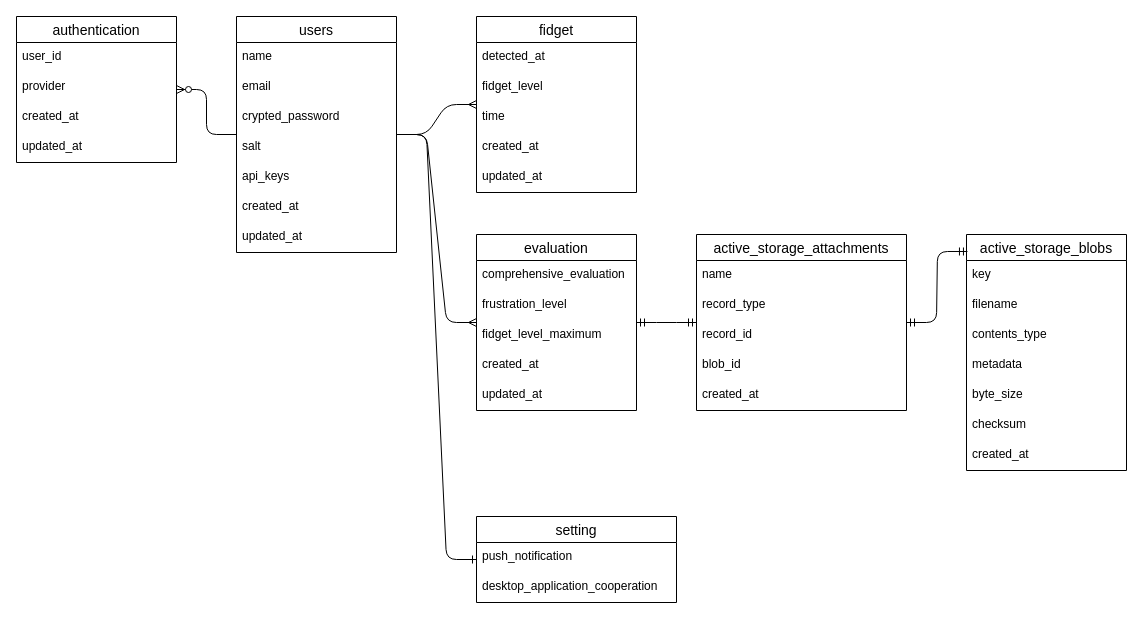
Before: ER Diagram for fidgeting_meter.drawio in FukiHayashi/fidgeting_meter, a draw.io diagram. Source tidied: cells renumbered, new cells numbered last; positions are measured from the earlier drawing's top-left corner, leaving out a move shared by most shapes. Both pictures are drawn from the tidied source at 100%, with x=0, y=0 at pixel (16, 16).
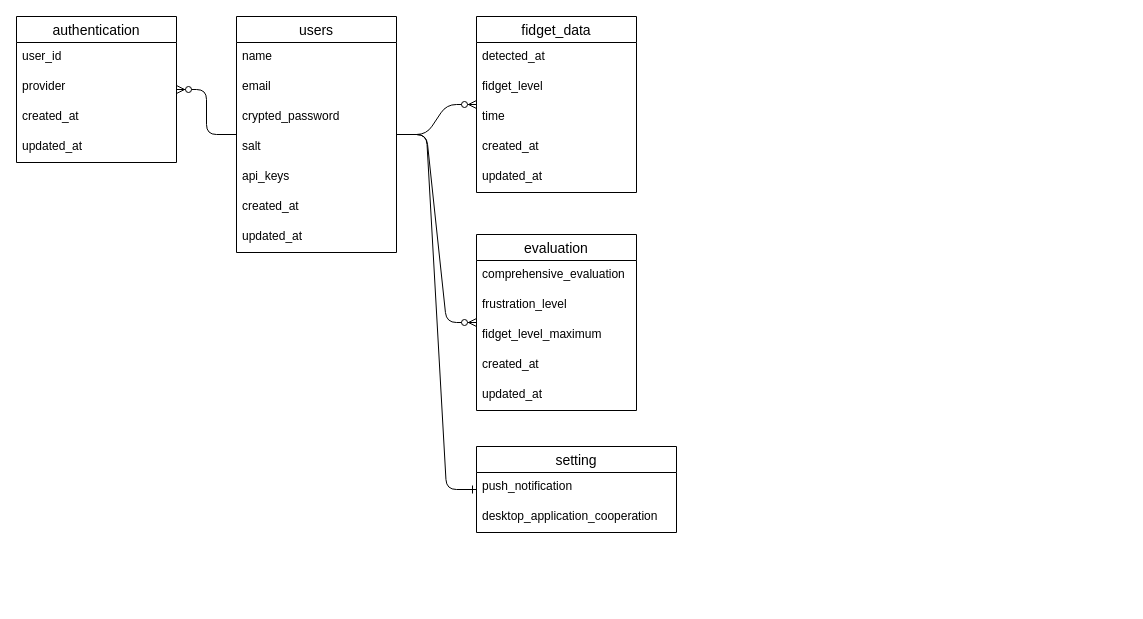
The same page after the edit.

Commit message:
ER Diagram for fidgeting_meter.drawio を更新します

The change refers to these unchanged cells:
```xml
<mxCell id="2" value="users" style="swimlane;fontStyle=0;horizontal=1;startSize=26;align=center;fontSize=14;" parent="1" vertex="1">
  <mxGeometry x="220" width="160" height="236" as="geometry" />
</mxCell>
<mxCell id="16" value="authentication" style="swimlane;fontStyle=0;horizontal=1;startSize=26;align=center;fontSize=14;" parent="1" vertex="1">
  <mxGeometry width="160" height="146" as="geometry" />
</mxCell>
<mxCell id="22" value="evaluation" style="swimlane;fontStyle=0;horizontal=1;startSize=26;align=center;fontSize=14;" parent="1" vertex="1">
  <mxGeometry x="460" y="218" width="160" height="176" as="geometry" />
</mxCell>
```

The edit, as a diff of the source:
```diff
@@
-    <mxCell id="10" value="fidget" style="swimlane;fontStyle=0;horizontal=1;startSize=26;align=center;fontSize=14;" parent="1" vertex="1">
+    <mxCell id="10" value="fidget_data" style="swimlane;fontStyle=0;horizontal=1;startSize=26;align=center;fontSize=14;" parent="1" vertex="1">
       <mxGeometry x="460" width="160" height="176" as="geometry" />
     </mxCell>
@@
-    <mxCell id="21" style="edgeStyle=entityRelationEdgeStyle;fontSize=12;html=1;endArrow=ERmany;" parent="1" edge="1" source="2" target="10">
-      <mxGeometry relative="1" as="geometry" />
-    </mxCell>
@@
     <mxCell id="28" value="setting" style="swimlane;fontStyle=0;horizontal=1;startSize=26;align=center;fontSize=14;" parent="1" vertex="1">
-      <mxGeometry x="460" y="500" width="200" height="86" as="geometry" />
+      <mxGeometry x="460" y="430" width="200" height="86" as="geometry" />
     </mxCell>
@@
+    <mxCell id="33" style="edgeStyle=entityRelationEdgeStyle;fontSize=12;html=1;endArrow=ERzeroToMany;endFill=1;" parent="1" edge="1" source="2" target="16">
+      <mxGeometry relative="1" as="geometry" />
+    </mxCell>
+    <mxCell id="21" style="edgeStyle=entityRelationEdgeStyle;fontSize=12;html=1;endArrow=ERzeroToMany;endFill=1;" parent="1" edge="1" source="2" target="10">
+      <mxGeometry relative="1" as="geometry" />
+    </mxCell>
-    <mxCell id="32" style="edgeStyle=entityRelationEdgeStyle;fontSize=12;html=1;endArrow=ERmany;" parent="1" edge="1" source="2" target="22">
+    <mxCell id="32" style="edgeStyle=entityRelationEdgeStyle;fontSize=12;html=1;endArrow=ERzeroToMany;endFill=1;" parent="1" edge="1" source="2" target="22">
       <mxGeometry relative="1" as="geometry" />
     </mxCell>
-    <mxCell id="33" style="edgeStyle=entityRelationEdgeStyle;fontSize=12;html=1;endArrow=ERzeroToMany;endFill=1;" parent="1" edge="1" source="2" target="16">
-      <mxGeometry relative="1" as="geometry" />
-    </mxCell>
-    <mxCell id="34" value="active_storage_blobs" style="swimlane;fontStyle=0;horizontal=1;startSize=26;align=center;fontSize=14;" parent="1" vertex="1">
-      <mxGeometry x="950" y="218" width="160" height="236" as="geometry" />
-    </mxCell>
-    <mxCell id="35" value="key" style="text;strokeColor=none;fillColor=none;spacingLeft=4;spacingRight=4;overflow=hidden;fontSize=12;" parent="34" vertex="1">
-      <mxGeometry y="26" width="160" height="30" as="geometry" />
-    </mxCell>
-    <mxCell id="36" value="filename" style="text;strokeColor=none;fillColor=none;spacingLeft=4;spacingRight=4;overflow=hidden;fontSize=12;" parent="34" vertex="1">
-      <mxGeometry y="56" width="160" height="30" as="geometry" />
-    </mxCell>
-    <mxCell id="37" value="contents_type" style="text;strokeColor=none;fillColor=none;spacingLeft=4;spacingRight=4;overflow=hidden;fontSize=12;" parent="34" vertex="1">
-      <mxGeometry y="86" width="160" height="30" as="geometry" />
-    </mxCell>
-    <mxCell id="38" value="metadata" style="text;strokeColor=none;fillColor=none;spacingLeft=4;spacingRight=4;overflow=hidden;fontSize=12;" parent="34" vertex="1">
-      <mxGeometry y="116" width="160" height="30" as="geometry" />
-    </mxCell>
-    <mxCell id="39" value="byte_size" style="text;strokeColor=none;fillColor=none;spacingLeft=4;spacingRight=4;overflow=hidden;fontSize=12;" parent="34" vertex="1">
-      <mxGeometry y="146" width="160" height="30" as="geometry" />
-    </mxCell>
-    <mxCell id="40" value="checksum" style="text;strokeColor=none;fillColor=none;spacingLeft=4;spacingRight=4;overflow=hidden;fontSize=12;" parent="34" vertex="1">
-      <mxGeometry y="176" width="160" height="30" as="geometry" />
-    </mxCell>
-    <mxCell id="41" value="created_at" style="text;strokeColor=none;fillColor=none;spacingLeft=4;spacingRight=4;overflow=hidden;fontSize=12;" parent="34" vertex="1">
-      <mxGeometry y="206" width="160" height="30" as="geometry" />
-    </mxCell>
-    <mxCell id="42" value="active_storage_attachments" style="swimlane;fontStyle=0;horizontal=1;startSize=26;align=center;fontSize=14;" parent="1" vertex="1">
-      <mxGeometry x="680" y="218" width="210" height="176" as="geometry" />
-    </mxCell>
-    <mxCell id="43" value="name" style="text;strokeColor=none;fillColor=none;spacingLeft=4;spacingRight=4;overflow=hidden;fontSize=12;" parent="42" vertex="1">
-      <mxGeometry y="26" width="210" height="30" as="geometry" />
-    </mxCell>
-    <mxCell id="44" value="record_type" style="text;strokeColor=none;fillColor=none;spacingLeft=4;spacingRight=4;overflow=hidden;fontSize=12;" parent="42" vertex="1">
-      <mxGeometry y="56" width="210" height="30" as="geometry" />
-    </mxCell>
-    <mxCell id="45" value="record_id" style="text;strokeColor=none;fillColor=none;spacingLeft=4;spacingRight=4;overflow=hidden;fontSize=12;" parent="42" vertex="1">
-      <mxGeometry y="86" width="210" height="30" as="geometry" />
-    </mxCell>
-    <mxCell id="46" value="blob_id" style="text;strokeColor=none;fillColor=none;spacingLeft=4;spacingRight=4;overflow=hidden;fontSize=12;" parent="42" vertex="1">
-      <mxGeometry y="116" width="210" height="30" as="geometry" />
-    </mxCell>
-    <mxCell id="47" value="created_at" style="text;strokeColor=none;fillColor=none;spacingLeft=4;spacingRight=4;overflow=hidden;fontSize=12;" parent="42" vertex="1">
-      <mxGeometry y="146" width="210" height="30" as="geometry" />
-    </mxCell>
-    <mxCell id="48" style="edgeStyle=entityRelationEdgeStyle;fontSize=12;html=1;endArrow=ERmandOne;startArrow=ERmandOne;" parent="1" edge="1" source="22" target="42">
-      <mxGeometry relative="1" as="geometry" />
-    </mxCell>
-    <mxCell id="49" style="edgeStyle=entityRelationEdgeStyle;fontSize=12;html=1;endArrow=ERmandOne;startArrow=ERmandOne;entryX=0.006;entryY=0.072;entryDx=0;entryDy=0;entryPerimeter=0;" parent="1" edge="1" source="42" target="34">
-      <mxGeometry relative="1" as="geometry" />
-    </mxCell>
```
